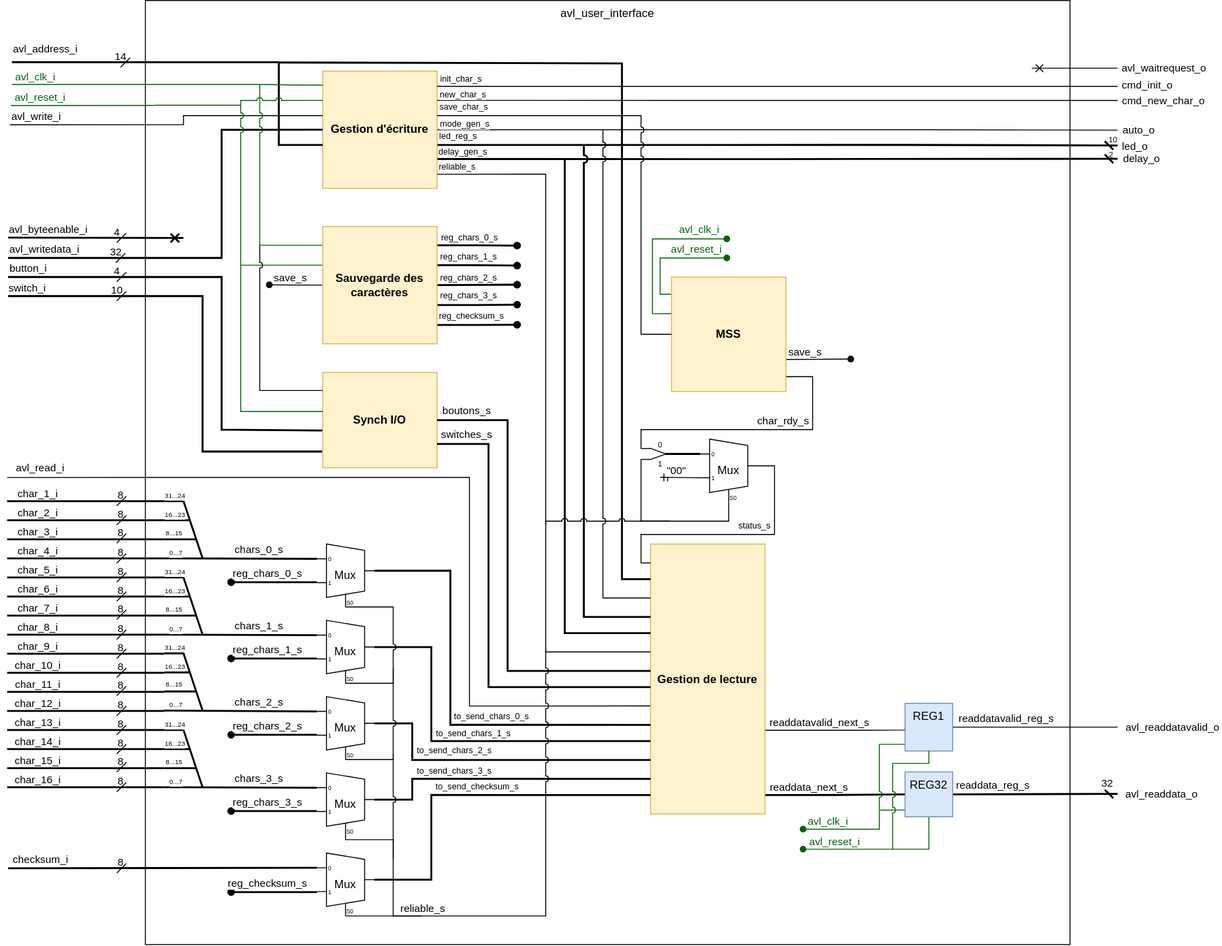
Above: imgs/schema_bloc.drawio.svg in UBehrmann/ARE_labo_5 (draw.io), before the change. Source tidied: cells renumbered, new cells last; positions are measured from the earlier drawing's top-left corner, leaving out a move shared by most shapes.
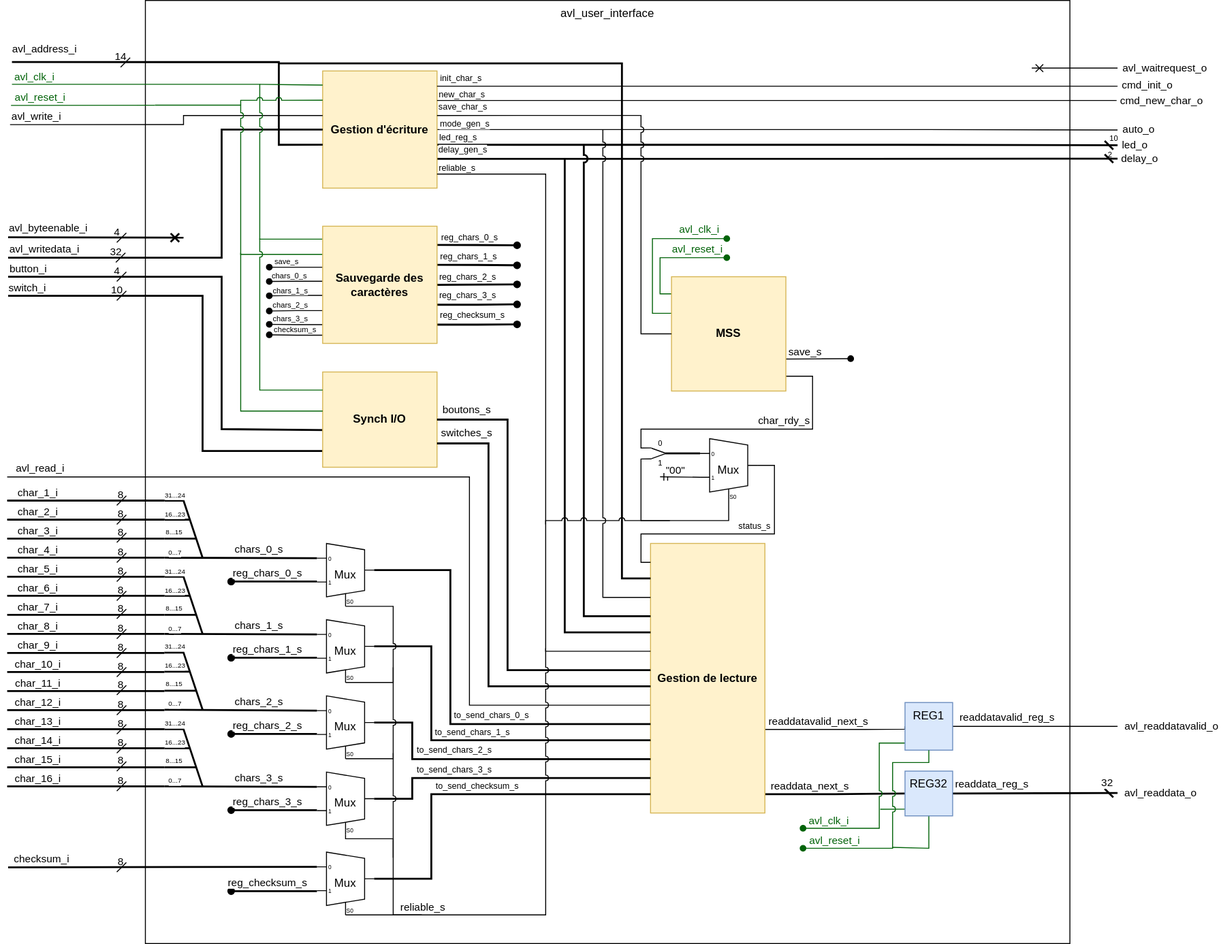
Later version of the same file.

The edit, as a diff of the source:
```diff
@@ -676,20 +676,21 @@
     <mxCell id="121" value="MSS" style="rounded=0;whiteSpace=wrap;html=1;points=[[0,0,0,0,0],[0,0.15,0,0,0],[0,0.32,0,0,0],[0,0.5,0,0,0],[0,1,0,0,0],[0.25,0,0,0,0],[0.25,1,0,0,0],[0.5,0,0,0,0],[0.5,1,0,0,0],[0.75,0,0,0,0],[0.75,1,0,0,0],[1,0,0,0,0],[1,0.72,0,0,0],[1,0.87,0,0,0],[1,1,0,0,0]];fillColor=#fff2cc;strokeColor=#d6b656;fontStyle=1;" parent="1" vertex="1">
       <mxGeometry x="697" y="290" width="120" height="120" as="geometry" />
     </mxCell>
-    <mxCell id="122" style="endArrow=none;html=1;rounded=0;entryX=0;entryY=0.33;entryDx=0;entryDy=0;entryPerimeter=0;exitX=0;exitY=0.121;exitDx=0;exitDy=0;exitPerimeter=0;jumpStyle=arc;edgeStyle=orthogonalEdgeStyle;strokeColor=#026309;" parent="1" edge="1" target="216">
+    <mxCell id="122" style="endArrow=none;html=1;rounded=0;entryX=0;entryY=0.24;entryDx=0;entryDy=0;entryPerimeter=0;exitX=0;exitY=0.121;exitDx=0;exitDy=0;exitPerimeter=0;jumpStyle=arc;edgeStyle=orthogonalEdgeStyle;strokeColor=#026309;" parent="1" edge="1" target="216">
       <mxGeometry relative="1" as="geometry">
         <mxPoint x="155" y="109.9" as="sourcePoint" />
         <Array as="points">
           <mxPoint x="245" y="110" />
-          <mxPoint x="245" y="278" />
+          <mxPoint x="245" y="266" />
+          <mxPoint x="331" y="266" />
         </Array>
       </mxGeometry>
     </mxCell>
-    <mxCell id="123" style="edgeStyle=orthogonalEdgeStyle;rounded=0;jettySize=auto;html=1;exitX=0;exitY=0.16;exitDx=0;exitDy=0;exitPerimeter=0;endArrow=none;endFill=0;jumpStyle=arc;strokeColor=#026309;" parent="1" edge="1" source="216">
+    <mxCell id="123" style="edgeStyle=orthogonalEdgeStyle;rounded=0;jettySize=auto;html=1;exitX=0;exitY=0.11;exitDx=0;exitDy=0;exitPerimeter=0;endArrow=none;endFill=0;jumpStyle=arc;strokeColor=#026309;" parent="1" edge="1" source="216">
       <mxGeometry relative="1" as="geometry">
         <mxPoint x="5" y="88" as="targetPoint" />
         <Array as="points">
-          <mxPoint x="265" y="257" />
+          <mxPoint x="265" y="250" />
           <mxPoint x="265" y="88" />
         </Array>
       </mxGeometry>
@@ -1220,22 +1221,50 @@
         <mxPoint x="-2" y="-12" as="offset" />
       </mxGeometry>
     </mxCell>
-    <mxCell id="214" style="edgeStyle=orthogonalEdgeStyle;rounded=0;jettySize=auto;html=1;exitX=0;exitY=0.5;exitDx=0;exitDy=0;exitPerimeter=0;endArrow=oval;endFill=1;" parent="1" edge="1" source="216">
+    <mxCell id="214" style="edgeStyle=orthogonalEdgeStyle;rounded=0;jettySize=auto;html=1;exitX=0;exitY=0.35;exitDx=0;exitDy=0;exitPerimeter=0;endArrow=oval;endFill=1;" parent="1" edge="1" source="216">
       <mxGeometry relative="1" as="geometry">
-        <mxPoint x="275" y="298.1" as="targetPoint" />
+        <mxPoint x="275" y="280" as="targetPoint" />
+        <Array as="points">
+          <mxPoint x="275" y="280" />
+        </Array>
       </mxGeometry>
     </mxCell>
-    <mxCell id="215" value="save_s" style="edgeLabel;html=1;align=center;verticalAlign=middle;" parent="214" vertex="1">
+    <mxCell id="215" value="save_s" style="edgeLabel;html=1;align=center;verticalAlign=middle;fontSize=8;" parent="214" vertex="1">
       <mxGeometry x="0.11" y="1" relative="1" as="geometry">
-        <mxPoint x="-3" y="-9" as="offset" />
+        <mxPoint x="-8" y="-8" as="offset" />
       </mxGeometry>
     </mxCell>
+    <mxCell id="261" style="edgeStyle=orthogonalEdgeStyle;rounded=0;jettySize=auto;html=1;exitX=0;exitY=0.47;exitDx=0;exitDy=0;exitPerimeter=0;endArrow=oval;endFill=1;" parent="1" edge="1" source="216">
+      <mxGeometry relative="1" as="geometry">
+        <mxPoint x="275" y="295" as="targetPoint" />
+      </mxGeometry>
+    </mxCell>
+    <mxCell id="262" style="edgeStyle=orthogonalEdgeStyle;rounded=0;jettySize=auto;html=1;exitX=0;exitY=0.59;exitDx=0;exitDy=0;exitPerimeter=0;endArrow=oval;endFill=1;" parent="1" edge="1" source="216">
+      <mxGeometry relative="1" as="geometry">
+        <mxPoint x="275" y="310" as="targetPoint" />
+      </mxGeometry>
+    </mxCell>
+    <mxCell id="263" style="edgeStyle=orthogonalEdgeStyle;rounded=0;jettySize=auto;html=1;exitX=0;exitY=0.72;exitDx=0;exitDy=0;exitPerimeter=0;endArrow=oval;endFill=1;" parent="1" edge="1" source="216">
+      <mxGeometry relative="1" as="geometry">
+        <mxPoint x="275" y="326" as="targetPoint" />
+      </mxGeometry>
+    </mxCell>
+    <mxCell id="264" style="edgeStyle=orthogonalEdgeStyle;rounded=0;jettySize=auto;html=1;exitX=0;exitY=0.84;exitDx=0;exitDy=0;exitPerimeter=0;endArrow=oval;endFill=1;" parent="1" edge="1" source="216">
+      <mxGeometry relative="1" as="geometry">
+        <mxPoint x="275" y="340" as="targetPoint" />
+      </mxGeometry>
+    </mxCell>
+    <mxCell id="265" style="edgeStyle=orthogonalEdgeStyle;rounded=0;jettySize=auto;html=1;exitX=0;exitY=0.93;exitDx=0;exitDy=0;exitPerimeter=0;endArrow=oval;endFill=1;" parent="1" edge="1" source="216">
+      <mxGeometry relative="1" as="geometry">
+        <mxPoint x="275" y="351" as="targetPoint" />
+      </mxGeometry>
+    </mxCell>
-    <mxCell id="216" value="Sauvegarde des caractères" style="rounded=0;whiteSpace=wrap;html=1;points=[[0,0,0,0,0],[0,0.16,0,0,0],[0,0.33,0,0,0],[0,0.5,0,0,0],[0,1,0,0,0],[0.25,0,0,0,0],[0.25,1,0,0,0],[0.5,0,0,0,0],[0.5,1,0,0,0],[0.75,0,0,0,0],[0.75,1,0,0,0],[1,0,0,0,0],[1,0.16,0,0,0],[1,0.33,0,0,0],[1,0.5,0,0,0],[1,0.67,0,0,0],[1,0.84,0,0,0],[1,1,0,0,0]];fillColor=#fff2cc;strokeColor=#d6b656;fontStyle=1;" parent="1" vertex="1">
+    <mxCell id="216" value="Sauvegarde des caractères" style="rounded=0;whiteSpace=wrap;html=1;points=[[0,0,0,0,0],[0,0.11,0,0,0],[0,0.24,0,0,0],[0,0.35,0,0,0],[0,0.47,0,0,0],[0,0.59,0,0,0],[0,0.72,0,0,0],[0,0.84,0,0,0],[0,0.93,0,0,0],[0,1,0,0,0],[0.25,0,0,0,0],[0.25,1,0,0,0],[0.5,0,0,0,0],[0.5,1,0,0,0],[0.75,0,0,0,0],[0.75,1,0,0,0],[1,0,0,0,0],[1,0.16,0,0,0],[1,0.33,0,0,0],[1,0.5,0,0,0],[1,0.67,0,0,0],[1,0.84,0,0,0],[1,1,0,0,0]];fillColor=#fff2cc;strokeColor=#d6b656;fontStyle=1;" parent="1" vertex="1">
       <mxGeometry x="331" y="237" width="120" height="123" as="geometry" />
     </mxCell>
-    <mxCell id="217" style="endArrow=none;html=1;rounded=0;entryX=0;entryY=0.19;entryDx=0;entryDy=0;entryPerimeter=0;edgeStyle=orthogonalEdgeStyle;jumpStyle=arc;" parent="1" edge="1" target="37">
+    <mxCell id="217" style="endArrow=none;html=1;rounded=0;entryX=0;entryY=0.19;entryDx=0;entryDy=0;entryPerimeter=0;edgeStyle=orthogonalEdgeStyle;jumpStyle=arc;strokeColor=#026309;" parent="1" edge="1" target="37">
       <mxGeometry relative="1" as="geometry">
-        <mxPoint x="265" y="257" as="sourcePoint" />
+        <mxPoint x="265" y="250" as="sourcePoint" />
         <Array as="points">
           <mxPoint x="265" y="409" />
         </Array>
@@ -1243,7 +1272,7 @@
     </mxCell>
     <mxCell id="218" style="endArrow=none;html=1;rounded=0;entryX=0;entryY=0.41;entryDx=0;entryDy=0;entryPerimeter=0;jumpStyle=arc;edgeStyle=orthogonalEdgeStyle;strokeColor=#026309;" parent="1" edge="1" target="37">
       <mxGeometry relative="1" as="geometry">
-        <mxPoint x="245" y="278" as="sourcePoint" />
+        <mxPoint x="245" y="265" as="sourcePoint" />
         <Array as="points">
           <mxPoint x="245" y="431" />
         </Array>
@@ -1503,5 +1532,20 @@
         <mxPoint x="-146" y="-146" as="offset" />
       </mxGeometry>
     </mxCell>
+    <mxCell id="266" value="&lt;span style=&quot;background-color: rgb(255, 255, 255);&quot;&gt;chars_0_s&lt;/span&gt;" style="text;html=1;align=center;verticalAlign=middle;strokeColor=none;fillColor=none;fontSize=8;" parent="1" vertex="1">
+      <mxGeometry x="266" y="279" width="60" height="20" as="geometry" />
+    </mxCell>
+    <mxCell id="267" value="&lt;span style=&quot;background-color: rgb(255, 255, 255);&quot;&gt;chars_1_s&lt;/span&gt;" style="text;html=1;align=center;verticalAlign=middle;strokeColor=none;fillColor=none;fontSize=8;" parent="1" vertex="1">
+      <mxGeometry x="267" y="295" width="60" height="20" as="geometry" />
+    </mxCell>
+    <mxCell id="268" value="&lt;span style=&quot;color: rgb(0, 0, 0); font-family: Helvetica; font-style: normal; font-variant-ligatures: normal; font-variant-caps: normal; font-weight: 400; letter-spacing: normal; orphans: 2; text-align: center; text-indent: 0px; text-transform: none; widows: 2; word-spacing: 0px; -webkit-text-stroke-width: 0px; white-space: nowrap; background-color: rgb(255, 255, 255); text-decoration-thickness: initial; text-decoration-style: initial; text-decoration-color: initial; float: none; display: inline !important;&quot;&gt;chars_2_s&lt;/span&gt;" style="text;whiteSpace=wrap;html=1;fontSize=8;" parent="1" vertex="1">
+      <mxGeometry x="277" y="309" width="80" height="21" as="geometry" />
+    </mxCell>
+    <mxCell id="269" value="&lt;span style=&quot;background-color: rgb(255, 255, 255);&quot;&gt;chars_3_s&lt;/span&gt;" style="text;html=1;align=center;verticalAlign=middle;strokeColor=none;fillColor=none;fontSize=8;" parent="1" vertex="1">
+      <mxGeometry x="267" y="324" width="60" height="20" as="geometry" />
+    </mxCell>
+    <mxCell id="270" value="checksum_s" style="text;html=1;align=center;verticalAlign=middle;strokeColor=none;fillColor=none;fontSize=8;" parent="1" vertex="1">
+      <mxGeometry x="267" y="336" width="70" height="20" as="geometry" />
+    </mxCell>
   </root>
 </mxGraphModel>
```
